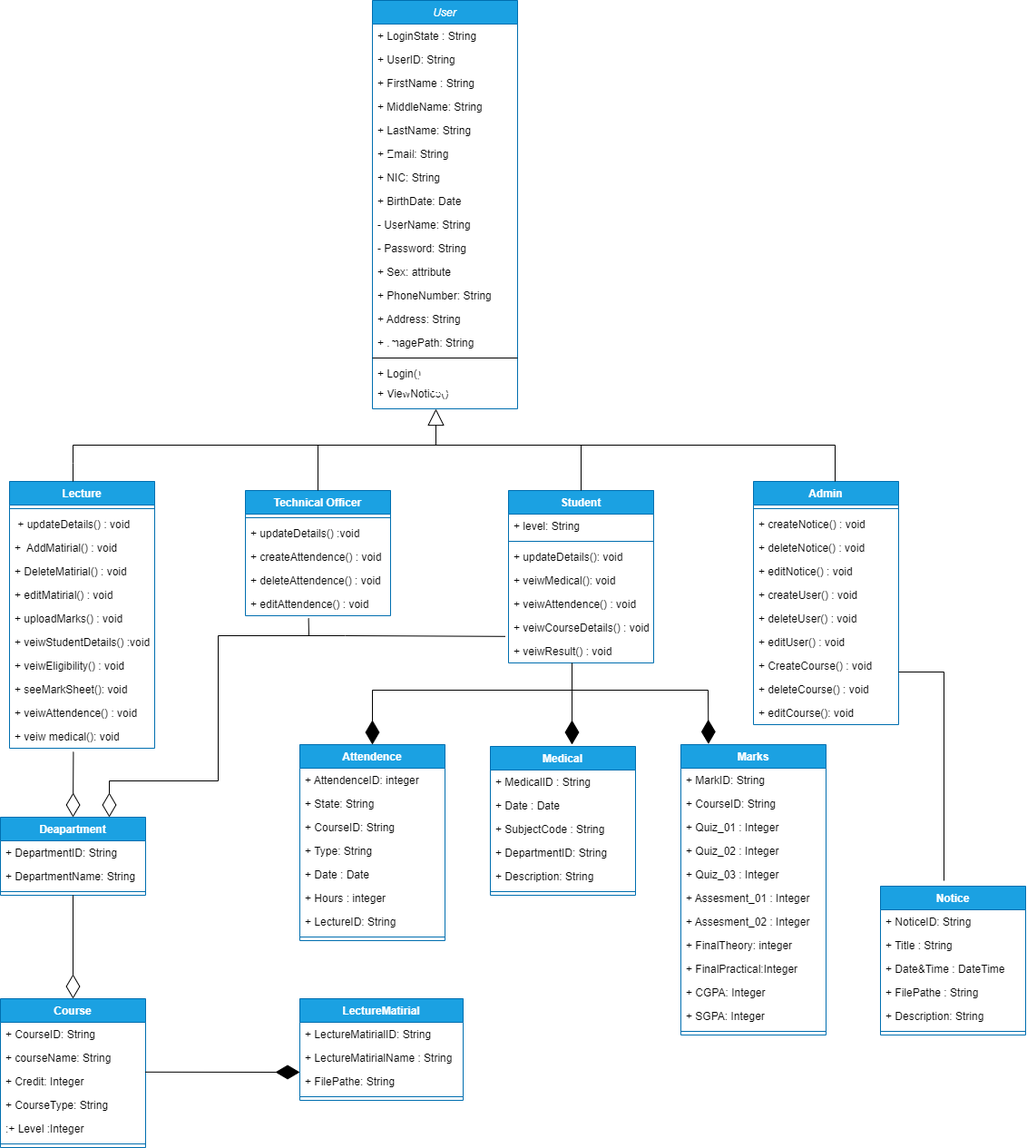
This is class_diagram.drawio.png from ChandimalPriyamantha/Java_Project_TECMIS, a draw.io export, as it was before one commit. Source tidied: cells renumbered, new cells last; positions are measured from the earlier drawing's top-left corner, leaving out a move shared by most shapes.
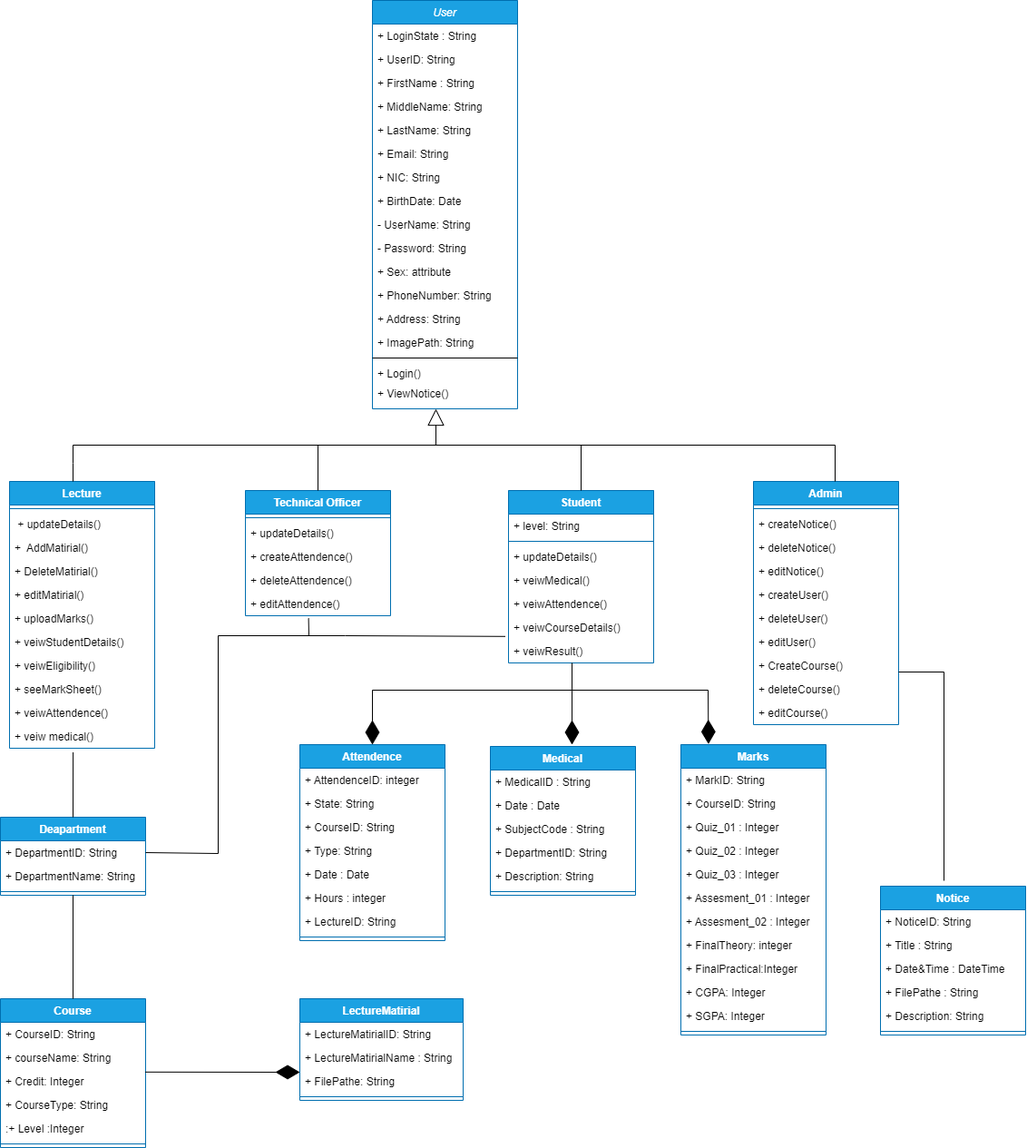
After the commit.

Change to the diagram source:
```diff
@@ -62,31 +62,31 @@
     <mxCell id="21" style="line;strokeWidth=1;fillColor=none;align=left;verticalAlign=middle;spacingTop=-1;spacingLeft=3;spacingRight=3;labelPosition=right;strokeColor=inherit;" parent="20" vertex="1">
       <mxGeometry y="26" width="160" height="8" as="geometry" />
     </mxCell>
-    <mxCell id="22" value="+ createNotice() : void&#10;" style="text;strokeColor=none;fillColor=none;align=left;verticalAlign=top;spacingLeft=4;spacingRight=4;overflow=hidden;" parent="20" vertex="1">
+    <mxCell id="22" value="+ createNotice() " style="text;strokeColor=none;fillColor=none;align=left;verticalAlign=top;spacingLeft=4;spacingRight=4;overflow=hidden;" parent="20" vertex="1">
       <mxGeometry y="34" width="160" height="26" as="geometry" />
     </mxCell>
-    <mxCell id="23" value="+ deleteNotice() : void" style="text;strokeColor=none;fillColor=none;align=left;verticalAlign=top;spacingLeft=4;spacingRight=4;overflow=hidden;" parent="20" vertex="1">
+    <mxCell id="23" value="+ deleteNotice() " style="text;strokeColor=none;fillColor=none;align=left;verticalAlign=top;spacingLeft=4;spacingRight=4;overflow=hidden;" parent="20" vertex="1">
       <mxGeometry y="60" width="160" height="26" as="geometry" />
     </mxCell>
-    <mxCell id="24" value="+ editNotice() : void" style="text;strokeColor=none;fillColor=none;align=left;verticalAlign=top;spacingLeft=4;spacingRight=4;overflow=hidden;" parent="20" vertex="1">
+    <mxCell id="24" value="+ editNotice() " style="text;strokeColor=none;fillColor=none;align=left;verticalAlign=top;spacingLeft=4;spacingRight=4;overflow=hidden;" parent="20" vertex="1">
       <mxGeometry y="86" width="160" height="26" as="geometry" />
     </mxCell>
-    <mxCell id="25" value="+ createUser() : void" style="text;strokeColor=none;fillColor=none;align=left;verticalAlign=top;spacingLeft=4;spacingRight=4;overflow=hidden;" parent="20" vertex="1">
+    <mxCell id="25" value="+ createUser() " style="text;strokeColor=none;fillColor=none;align=left;verticalAlign=top;spacingLeft=4;spacingRight=4;overflow=hidden;" parent="20" vertex="1">
       <mxGeometry y="112" width="160" height="26" as="geometry" />
     </mxCell>
-    <mxCell id="26" value="+ deleteUser() : void" style="text;strokeColor=none;fillColor=none;align=left;verticalAlign=top;spacingLeft=4;spacingRight=4;overflow=hidden;" parent="20" vertex="1">
+    <mxCell id="26" value="+ deleteUser() " style="text;strokeColor=none;fillColor=none;align=left;verticalAlign=top;spacingLeft=4;spacingRight=4;overflow=hidden;" parent="20" vertex="1">
       <mxGeometry y="138" width="160" height="26" as="geometry" />
     </mxCell>
-    <mxCell id="27" value="+ editUser() : void" style="text;strokeColor=none;fillColor=none;align=left;verticalAlign=top;spacingLeft=4;spacingRight=4;overflow=hidden;" parent="20" vertex="1">
+    <mxCell id="27" value="+ editUser() " style="text;strokeColor=none;fillColor=none;align=left;verticalAlign=top;spacingLeft=4;spacingRight=4;overflow=hidden;" parent="20" vertex="1">
       <mxGeometry y="164" width="160" height="26" as="geometry" />
     </mxCell>
-    <mxCell id="28" value="+ CreateCourse() : void" style="text;strokeColor=none;fillColor=none;align=left;verticalAlign=top;spacingLeft=4;spacingRight=4;overflow=hidden;" parent="20" vertex="1">
+    <mxCell id="28" value="+ CreateCourse() " style="text;strokeColor=none;fillColor=none;align=left;verticalAlign=top;spacingLeft=4;spacingRight=4;overflow=hidden;" parent="20" vertex="1">
       <mxGeometry y="190" width="160" height="26" as="geometry" />
     </mxCell>
-    <mxCell id="29" value="+ deleteCourse() : void" style="text;strokeColor=none;fillColor=none;align=left;verticalAlign=top;spacingLeft=4;spacingRight=4;overflow=hidden;" parent="20" vertex="1">
+    <mxCell id="29" value="+ deleteCourse() " style="text;strokeColor=none;fillColor=none;align=left;verticalAlign=top;spacingLeft=4;spacingRight=4;overflow=hidden;" parent="20" vertex="1">
       <mxGeometry y="216" width="160" height="26" as="geometry" />
     </mxCell>
-    <mxCell id="30" value="+ editCourse(): void" style="text;strokeColor=none;fillColor=none;align=left;verticalAlign=top;spacingLeft=4;spacingRight=4;overflow=hidden;" parent="20" vertex="1">
+    <mxCell id="30" value="+ editCourse()" style="text;strokeColor=none;fillColor=none;align=left;verticalAlign=top;spacingLeft=4;spacingRight=4;overflow=hidden;" parent="20" vertex="1">
       <mxGeometry y="242" width="160" height="26" as="geometry" />
     </mxCell>
     <mxCell id="31" value="Lecture" style="swimlane;fontStyle=1;align=center;verticalAlign=top;horizontal=1;startSize=26;fillColor=#1ba1e2;fontColor=#ffffff;strokeColor=#006EAF;" parent="1" vertex="1">
@@ -95,34 +95,34 @@
     <mxCell id="32" style="line;strokeWidth=1;fillColor=none;align=left;verticalAlign=middle;spacingTop=-1;spacingLeft=3;spacingRight=3;labelPosition=right;strokeColor=inherit;" parent="31" vertex="1">
       <mxGeometry y="26" width="160" height="8" as="geometry" />
     </mxCell>
-    <mxCell id="33" value=" + updateDetails() : void" style="text;strokeColor=none;fillColor=none;align=left;verticalAlign=top;spacingLeft=4;spacingRight=4;overflow=hidden;" parent="31" vertex="1">
+    <mxCell id="33" value=" + updateDetails() " style="text;strokeColor=none;fillColor=none;align=left;verticalAlign=top;spacingLeft=4;spacingRight=4;overflow=hidden;" parent="31" vertex="1">
       <mxGeometry y="34" width="160" height="26" as="geometry" />
     </mxCell>
-    <mxCell id="34" value="+  AddMatirial() : void" style="text;strokeColor=none;fillColor=none;align=left;verticalAlign=top;spacingLeft=4;spacingRight=4;overflow=hidden;" parent="31" vertex="1">
+    <mxCell id="34" value="+  AddMatirial() " style="text;strokeColor=none;fillColor=none;align=left;verticalAlign=top;spacingLeft=4;spacingRight=4;overflow=hidden;" parent="31" vertex="1">
       <mxGeometry y="60" width="160" height="26" as="geometry" />
     </mxCell>
-    <mxCell id="35" value="+ DeleteMatirial() : void" style="text;strokeColor=none;fillColor=none;align=left;verticalAlign=top;spacingLeft=4;spacingRight=4;overflow=hidden;" parent="31" vertex="1">
+    <mxCell id="35" value="+ DeleteMatirial() " style="text;strokeColor=none;fillColor=none;align=left;verticalAlign=top;spacingLeft=4;spacingRight=4;overflow=hidden;" parent="31" vertex="1">
       <mxGeometry y="86" width="160" height="26" as="geometry" />
     </mxCell>
-    <mxCell id="36" value="+ editMatirial() : void" style="text;strokeColor=none;fillColor=none;align=left;verticalAlign=top;spacingLeft=4;spacingRight=4;overflow=hidden;" parent="31" vertex="1">
+    <mxCell id="36" value="+ editMatirial() " style="text;strokeColor=none;fillColor=none;align=left;verticalAlign=top;spacingLeft=4;spacingRight=4;overflow=hidden;" parent="31" vertex="1">
       <mxGeometry y="112" width="160" height="26" as="geometry" />
     </mxCell>
-    <mxCell id="37" value="+ uploadMarks() : void" style="text;strokeColor=none;fillColor=none;align=left;verticalAlign=top;spacingLeft=4;spacingRight=4;overflow=hidden;" parent="31" vertex="1">
+    <mxCell id="37" value="+ uploadMarks() " style="text;strokeColor=none;fillColor=none;align=left;verticalAlign=top;spacingLeft=4;spacingRight=4;overflow=hidden;" parent="31" vertex="1">
       <mxGeometry y="138" width="160" height="26" as="geometry" />
     </mxCell>
-    <mxCell id="38" value="+ veiwStudentDetails() :void" style="text;strokeColor=none;fillColor=none;align=left;verticalAlign=top;spacingLeft=4;spacingRight=4;overflow=hidden;" parent="31" vertex="1">
+    <mxCell id="38" value="+ veiwStudentDetails() " style="text;strokeColor=none;fillColor=none;align=left;verticalAlign=top;spacingLeft=4;spacingRight=4;overflow=hidden;" parent="31" vertex="1">
       <mxGeometry y="164" width="160" height="26" as="geometry" />
     </mxCell>
-    <mxCell id="39" value="+ veiwEligibility() : void" style="text;strokeColor=none;fillColor=none;align=left;verticalAlign=top;spacingLeft=4;spacingRight=4;overflow=hidden;" parent="31" vertex="1">
+    <mxCell id="39" value="+ veiwEligibility() " style="text;strokeColor=none;fillColor=none;align=left;verticalAlign=top;spacingLeft=4;spacingRight=4;overflow=hidden;" parent="31" vertex="1">
       <mxGeometry y="190" width="160" height="26" as="geometry" />
     </mxCell>
-    <mxCell id="40" value="+ seeMarkSheet(): void" style="text;strokeColor=none;fillColor=none;align=left;verticalAlign=top;spacingLeft=4;spacingRight=4;overflow=hidden;" parent="31" vertex="1">
+    <mxCell id="40" value="+ seeMarkSheet()" style="text;strokeColor=none;fillColor=none;align=left;verticalAlign=top;spacingLeft=4;spacingRight=4;overflow=hidden;" parent="31" vertex="1">
       <mxGeometry y="216" width="160" height="26" as="geometry" />
     </mxCell>
-    <mxCell id="41" value="+ veiwAttendence() : void" style="text;strokeColor=none;fillColor=none;align=left;verticalAlign=top;spacingLeft=4;spacingRight=4;overflow=hidden;" parent="31" vertex="1">
+    <mxCell id="41" value="+ veiwAttendence() " style="text;strokeColor=none;fillColor=none;align=left;verticalAlign=top;spacingLeft=4;spacingRight=4;overflow=hidden;" parent="31" vertex="1">
       <mxGeometry y="242" width="160" height="26" as="geometry" />
     </mxCell>
-    <mxCell id="42" value="+ veiw medical(): void" style="text;strokeColor=none;fillColor=none;align=left;verticalAlign=top;spacingLeft=4;spacingRight=4;overflow=hidden;points=[[0,0.5],[1,0.5]];portConstraint=eastwest;" parent="31" vertex="1">
+    <mxCell id="42" value="+ veiw medical()" style="text;strokeColor=none;fillColor=none;align=left;verticalAlign=top;spacingLeft=4;spacingRight=4;overflow=hidden;points=[[0,0.5],[1,0.5]];portConstraint=eastwest;" parent="31" vertex="1">
       <mxGeometry y="268" width="160" height="26" as="geometry" />
     </mxCell>
     <mxCell id="43" value="Student" style="swimlane;fontStyle=1;align=center;verticalAlign=top;horizontal=1;startSize=26;fillColor=#1ba1e2;fontColor=#ffffff;strokeColor=#006EAF;" parent="1" vertex="1">
@@ -134,19 +134,19 @@
     <mxCell id="45" style="line;strokeWidth=1;fillColor=none;align=left;verticalAlign=middle;spacingTop=-1;spacingLeft=3;spacingRight=3;labelPosition=right;strokeColor=inherit;" parent="43" vertex="1">
       <mxGeometry y="52" width="160" height="8" as="geometry" />
     </mxCell>
-    <mxCell id="46" value="+ updateDetails(): void" style="text;strokeColor=none;fillColor=none;align=left;verticalAlign=top;spacingLeft=4;spacingRight=4;overflow=hidden;" parent="43" vertex="1">
+    <mxCell id="46" value="+ updateDetails()" style="text;strokeColor=none;fillColor=none;align=left;verticalAlign=top;spacingLeft=4;spacingRight=4;overflow=hidden;" parent="43" vertex="1">
       <mxGeometry y="60" width="160" height="26" as="geometry" />
     </mxCell>
-    <mxCell id="47" value="+ veiwMedical(): void" style="text;strokeColor=none;fillColor=none;align=left;verticalAlign=top;spacingLeft=4;spacingRight=4;overflow=hidden;" parent="43" vertex="1">
+    <mxCell id="47" value="+ veiwMedical()" style="text;strokeColor=none;fillColor=none;align=left;verticalAlign=top;spacingLeft=4;spacingRight=4;overflow=hidden;" parent="43" vertex="1">
       <mxGeometry y="86" width="160" height="26" as="geometry" />
     </mxCell>
-    <mxCell id="48" value="+ veiwAttendence() : void" style="text;strokeColor=none;fillColor=none;align=left;verticalAlign=top;spacingLeft=4;spacingRight=4;overflow=hidden;" parent="43" vertex="1">
+    <mxCell id="48" value="+ veiwAttendence() " style="text;strokeColor=none;fillColor=none;align=left;verticalAlign=top;spacingLeft=4;spacingRight=4;overflow=hidden;" parent="43" vertex="1">
       <mxGeometry y="112" width="160" height="26" as="geometry" />
     </mxCell>
-    <mxCell id="49" value="+ veiwCourseDetails() : void" style="text;strokeColor=none;fillColor=none;align=left;verticalAlign=top;spacingLeft=4;spacingRight=4;overflow=hidden;points=[[0,0.5],[1,0.5]];portConstraint=eastwest;" parent="43" vertex="1">
+    <mxCell id="49" value="+ veiwCourseDetails() " style="text;strokeColor=none;fillColor=none;align=left;verticalAlign=top;spacingLeft=4;spacingRight=4;overflow=hidden;points=[[0,0.5],[1,0.5]];portConstraint=eastwest;" parent="43" vertex="1">
       <mxGeometry y="138" width="160" height="26" as="geometry" />
     </mxCell>
-    <mxCell id="50" value="+ veiwResult() : void" style="text;strokeColor=none;fillColor=none;align=left;verticalAlign=top;spacingLeft=4;spacingRight=4;overflow=hidden;" parent="43" vertex="1">
+    <mxCell id="50" value="+ veiwResult() " style="text;strokeColor=none;fillColor=none;align=left;verticalAlign=top;spacingLeft=4;spacingRight=4;overflow=hidden;" parent="43" vertex="1">
       <mxGeometry y="164" width="160" height="26" as="geometry" />
     </mxCell>
     <mxCell id="51" value="Technical Officer" style="swimlane;fontStyle=1;align=center;verticalAlign=top;horizontal=1;startSize=26;fillColor=#1ba1e2;fontColor=#ffffff;strokeColor=#006EAF;" parent="1" vertex="1">
@@ -155,16 +155,16 @@
     <mxCell id="52" style="line;strokeWidth=1;fillColor=none;align=left;verticalAlign=middle;spacingTop=-1;spacingLeft=3;spacingRight=3;labelPosition=right;strokeColor=inherit;" parent="51" vertex="1">
       <mxGeometry y="26" width="160" height="8" as="geometry" />
     </mxCell>
-    <mxCell id="53" value="+ updateDetails() :void&#10;" style="text;strokeColor=none;fillColor=none;align=left;verticalAlign=top;spacingLeft=4;spacingRight=4;overflow=hidden;" parent="51" vertex="1">
+    <mxCell id="53" value="+ updateDetails() " style="text;strokeColor=none;fillColor=none;align=left;verticalAlign=top;spacingLeft=4;spacingRight=4;overflow=hidden;" parent="51" vertex="1">
       <mxGeometry y="34" width="160" height="26" as="geometry" />
     </mxCell>
-    <mxCell id="54" value="+ createAttendence() : void" style="text;strokeColor=none;fillColor=none;align=left;verticalAlign=top;spacingLeft=4;spacingRight=4;overflow=hidden;" parent="51" vertex="1">
+    <mxCell id="54" value="+ createAttendence() " style="text;strokeColor=none;fillColor=none;align=left;verticalAlign=top;spacingLeft=4;spacingRight=4;overflow=hidden;" parent="51" vertex="1">
       <mxGeometry y="60" width="160" height="26" as="geometry" />
     </mxCell>
-    <mxCell id="55" value="+ deleteAttendence() : void" style="text;strokeColor=none;fillColor=none;align=left;verticalAlign=top;spacingLeft=4;spacingRight=4;overflow=hidden;" parent="51" vertex="1">
+    <mxCell id="55" value="+ deleteAttendence() " style="text;strokeColor=none;fillColor=none;align=left;verticalAlign=top;spacingLeft=4;spacingRight=4;overflow=hidden;" parent="51" vertex="1">
       <mxGeometry y="86" width="160" height="26" as="geometry" />
     </mxCell>
-    <mxCell id="56" value="+ editAttendence() : void" style="text;strokeColor=none;fillColor=none;align=left;verticalAlign=top;spacingLeft=4;spacingRight=4;overflow=hidden;points=[[0,0.5],[1,0.5]];portConstraint=eastwest;" parent="51" vertex="1">
+    <mxCell id="56" value="+ editAttendence() " style="text;strokeColor=none;fillColor=none;align=left;verticalAlign=top;spacingLeft=4;spacingRight=4;overflow=hidden;points=[[0,0.5],[1,0.5]];portConstraint=eastwest;" parent="51" vertex="1">
       <mxGeometry y="112" width="160" height="26" as="geometry" />
     </mxCell>
     <mxCell id="57" style="endArrow=none;html=1;rounded=0;" parent="1" edge="1">
@@ -337,14 +337,6 @@
     <mxCell id="101" style="line;strokeWidth=1;fillColor=none;align=left;verticalAlign=middle;spacingTop=-1;spacingLeft=3;spacingRight=3;labelPosition=right;strokeColor=inherit;" parent="98" vertex="1">
       <mxGeometry y="78" width="160" height="8" as="geometry" />
     </mxCell>
-    <mxCell id="102" style="endArrow=diamondThin;endFill=0;endSize=24;html=1;rounded=0;entryX=0.5;entryY=0;entryDx=0;entryDy=0;exitX=0.44;exitY=1.154;exitDx=0;exitDy=0;exitPerimeter=0;" parent="1" edge="1" source="42" target="98">
-      <mxGeometry relative="1" as="geometry" />
-    </mxCell>
-    <mxCell id="103" style="endArrow=diamondThin;endFill=0;endSize=24;html=1;rounded=0;entryX=0.75;entryY=0;entryDx=0;entryDy=0;" parent="1" edge="1" target="98">
-      <mxGeometry relative="1" as="geometry">
-        <mxPoint x="120" y="860" as="sourcePoint" />
-      </mxGeometry>
-    </mxCell>
     <mxCell id="104" style="endArrow=none;html=1;rounded=0;entryX=-0.022;entryY=0.877;entryDx=0;entryDy=0;entryPerimeter=0;" parent="1" edge="1" target="49">
       <mxGeometry relative="1" as="geometry">
         <mxPoint x="240" y="700" as="sourcePoint" />
@@ -361,15 +353,9 @@
     <mxCell id="106" style="endArrow=none;html=1;rounded=0;" parent="1" edge="1">
       <mxGeometry relative="1" as="geometry">
         <mxPoint x="240" y="700" as="sourcePoint" />
-        <mxPoint x="240" y="860" as="targetPoint" />
+        <mxPoint x="240" y="940" as="targetPoint" />
       </mxGeometry>
     </mxCell>
-    <mxCell id="107" style="endArrow=none;html=1;rounded=0;" parent="1" edge="1">
-      <mxGeometry relative="1" as="geometry">
-        <mxPoint x="120" y="860" as="sourcePoint" />
-        <mxPoint x="240" y="860" as="targetPoint" />
-      </mxGeometry>
-    </mxCell>
     <mxCell id="108" value="Course" style="swimlane;fontStyle=1;align=center;verticalAlign=top;horizontal=1;startSize=26;fillColor=#1ba1e2;fontColor=#ffffff;strokeColor=#006EAF;" parent="1" vertex="1">
       <mxGeometry y="1100" width="160" height="164" as="geometry" />
     </mxCell>
@@ -406,9 +392,6 @@
     <mxCell id="119" style="line;strokeWidth=1;fillColor=none;align=left;verticalAlign=middle;spacingTop=-1;spacingLeft=3;spacingRight=3;labelPosition=right;strokeColor=inherit;" parent="115" vertex="1">
       <mxGeometry y="104" width="180" height="8" as="geometry" />
     </mxCell>
-    <mxCell id="120" style="endArrow=diamondThin;endFill=0;endSize=24;html=1;rounded=0;exitX=0.5;exitY=1;exitDx=0;exitDy=0;entryX=0.5;entryY=0;entryDx=0;entryDy=0;" parent="1" edge="1" source="98" target="108">
-      <mxGeometry relative="1" as="geometry" />
-    </mxCell>
     <mxCell id="121" style="endArrow=diamondThin;endFill=1;endSize=24;html=1;rounded=0;exitX=0.998;exitY=0.108;exitDx=0;exitDy=0;exitPerimeter=0;" parent="1" edge="1" source="111">
       <mxGeometry relative="1" as="geometry">
         <mxPoint x="330" y="1181" as="targetPoint" />
@@ -447,5 +430,16 @@
         <mxPoint x="1040" y="740" as="targetPoint" />
       </mxGeometry>
     </mxCell>
+    <mxCell id="131" style="endArrow=none;html=1;entryX=0.5;entryY=1;entryDx=0;entryDy=0;exitX=0.5;exitY=0;exitDx=0;exitDy=0;" parent="1" edge="1" source="108" target="98">
+      <mxGeometry relative="1" as="geometry" />
+    </mxCell>
+    <mxCell id="132" style="endArrow=none;html=1;entryX=0.438;entryY=1.176;entryDx=0;entryDy=0;entryPerimeter=0;exitX=0.5;exitY=0;exitDx=0;exitDy=0;" parent="1" edge="1" source="98" target="42">
+      <mxGeometry relative="1" as="geometry" />
+    </mxCell>
+    <mxCell id="133" style="endArrow=none;html=1;exitX=1;exitY=0.5;exitDx=0;exitDy=0;" parent="1" edge="1" source="99">
+      <mxGeometry relative="1" as="geometry">
+        <mxPoint x="240" y="940" as="targetPoint" />
+      </mxGeometry>
+    </mxCell>
   </root>
 </mxGraphModel>
```
